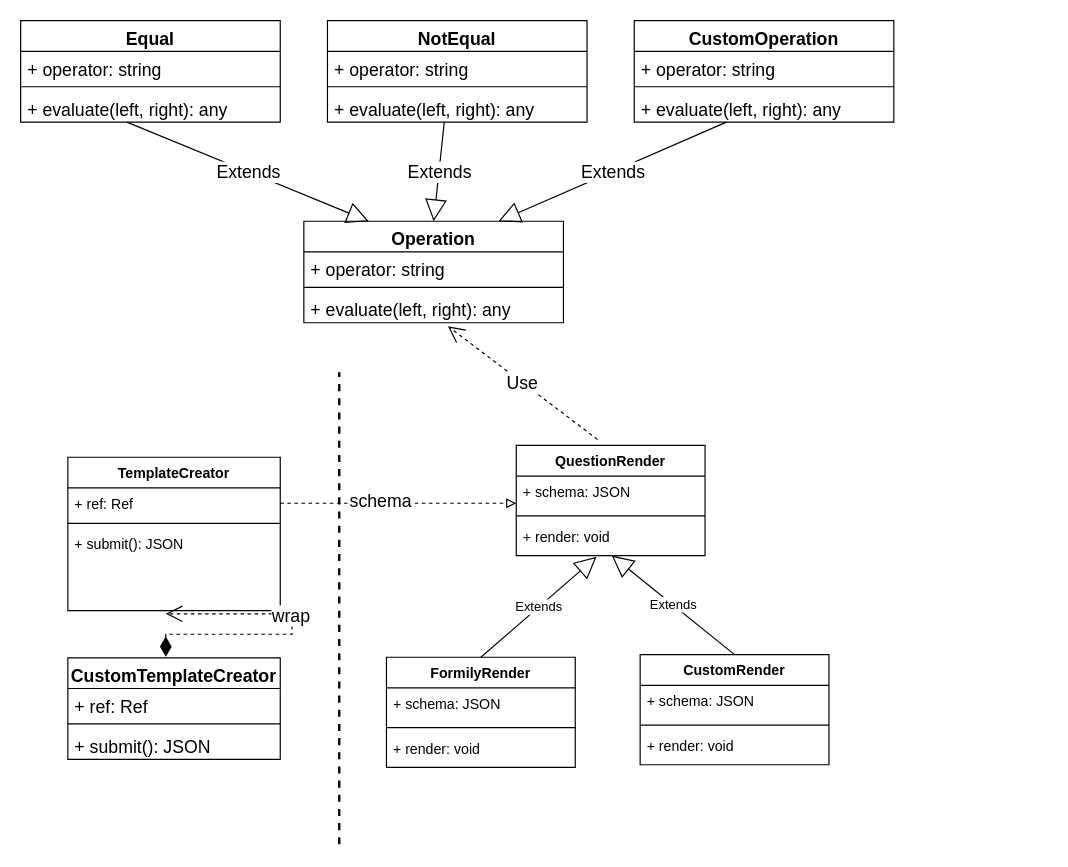
Earlier version of the draw.io diagram Questionnaire.drawio (shuangquanhuang/drawio). Source tidied: cells renumbered, new cells numbered last; positions are measured from the earlier drawing's top-left corner, leaving out a move shared by most shapes. Both pictures are drawn from the tidied source at 118%, with x=0, y=0 at pixel (20, 20).
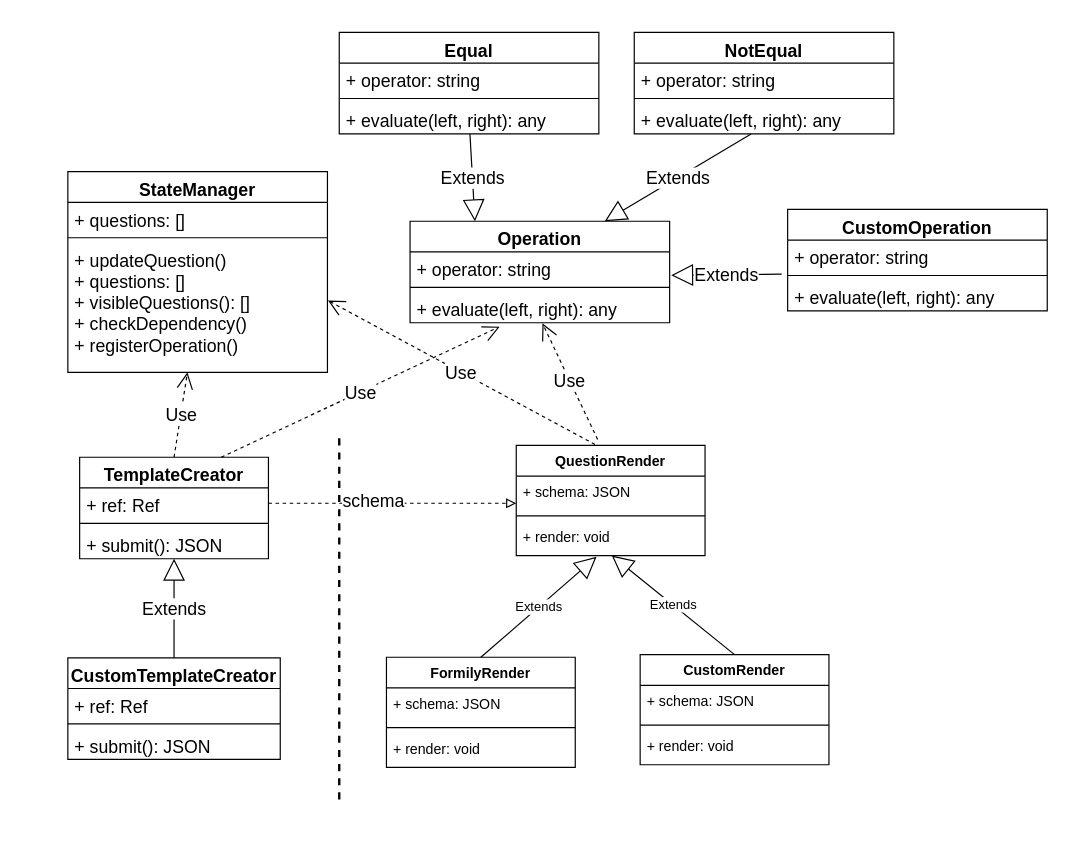
The same page after the edit.

The change refers to these unchanged cells:
```xml
<mxCell id="8" value="QuestionRender" style="swimlane;fontStyle=1;align=center;verticalAlign=top;horizontal=1;startSize=26;" parent="7" vertex="1">
  <mxGeometry x="110" width="160" height="93.3" as="geometry" />
</mxCell>
<mxCell id="24" value="CustomTemplateCreator" style="swimlane;fontStyle=1;align=center;verticalAlign=top;horizontal=1;startSize=26;fontSize=15;" parent="1" vertex="1">
  <mxGeometry x="40" y="540" width="180" height="86" as="geometry" />
</mxCell>
<mxCell id="31" value="+ operator: string" style="text;strokeColor=none;fillColor=none;align=left;verticalAlign=top;spacingLeft=4;spacingRight=4;overflow=hidden;points=[[0,0.5],[1,0.5]];portConstraint=eastwest;fontSize=15;" parent="30" vertex="1">
  <mxGeometry y="26" width="220" height="26" as="geometry" />
</mxCell>
<mxCell id="33" value="+ evaluate(left, right): any" style="text;strokeColor=none;fillColor=none;align=left;verticalAlign=top;spacingLeft=4;spacingRight=4;overflow=hidden;points=[[0,0.5],[1,0.5]];portConstraint=eastwest;fontSize=15;" parent="30" vertex="1">
  <mxGeometry y="60" width="220" height="26" as="geometry" />
</mxCell>
<mxCell id="37" value="+ evaluate(left, right): any" style="text;strokeColor=none;fillColor=none;align=left;verticalAlign=top;spacingLeft=4;spacingRight=4;overflow=hidden;points=[[0,0.5],[1,0.5]];portConstraint=eastwest;fontSize=15;" parent="34" vertex="1">
  <mxGeometry y="60" width="220" height="26" as="geometry" />
</mxCell>
<mxCell id="41" value="+ evaluate(left, right): any" style="text;strokeColor=none;fillColor=none;align=left;verticalAlign=top;spacingLeft=4;spacingRight=4;overflow=hidden;points=[[0,0.5],[1,0.5]];portConstraint=eastwest;fontSize=15;" parent="38" vertex="1">
  <mxGeometry y="60" width="220" height="26" as="geometry" />
</mxCell>
<mxCell id="45" value="+ evaluate(left, right): any" style="text;strokeColor=none;fillColor=none;align=left;verticalAlign=top;spacingLeft=4;spacingRight=4;overflow=hidden;points=[[0,0.5],[1,0.5]];portConstraint=eastwest;fontSize=15;" parent="42" vertex="1">
  <mxGeometry y="60" width="220" height="26" as="geometry" />
</mxCell>
```

What changed in the source:
```diff
@@
     <mxCell id="2" style="endArrow=none;dashed=1;html=1;strokeWidth=2;rounded=0;" parent="1" edge="1">
       <mxGeometry relative="1" as="geometry">
-        <mxPoint x="270" y="698" as="sourcePoint" />
-        <mxPoint x="270" y="298" as="targetPoint" />
+        <mxPoint x="270" y="660" as="sourcePoint" />
+        <mxPoint x="270" y="350" as="targetPoint" />
       </mxGeometry>
     </mxCell>
-    <mxCell id="3" value="TemplateCreator" style="swimlane;fontStyle=1;align=center;verticalAlign=top;horizontal=1;startSize=26;" parent="1" vertex="1">
-      <mxGeometry x="40" y="370" width="180" height="130" as="geometry" />
-    </mxCell>
-    <mxCell id="4" value="+ ref: Ref" style="text;strokeColor=none;fillColor=none;align=left;verticalAlign=top;spacingLeft=4;spacingRight=4;overflow=hidden;points=[[0,0.5],[1,0.5]];portConstraint=eastwest;" parent="3" vertex="1">
-      <mxGeometry y="26" width="180" height="26" as="geometry" />
-    </mxCell>
-    <mxCell id="5" style="line;strokeWidth=1;fillColor=none;align=left;verticalAlign=middle;spacingTop=-1;spacingLeft=3;spacingRight=3;labelPosition=right;" parent="3" vertex="1">
-      <mxGeometry y="52" width="180" height="8" as="geometry" />
-    </mxCell>
-    <mxCell id="6" value="+ submit(): JSON" style="text;strokeColor=none;fillColor=none;align=left;verticalAlign=top;spacingLeft=4;spacingRight=4;overflow=hidden;points=[[0,0.5],[1,0.5]];portConstraint=eastwest;" parent="3" vertex="1">
-      <mxGeometry y="60" width="180" height="70" as="geometry" />
-    </mxCell>
@@
-    <mxCell id="28" style="endArrow=open;html=1;endSize=12;startArrow=diamondThin;startSize=14;startFill=1;edgeStyle=orthogonalEdgeStyle;align=left;verticalAlign=bottom;rounded=0;dashed=1;fontSize=15;exitX=0.461;exitY=-0.012;exitDx=0;exitDy=0;entryX=0.461;entryY=1.038;entryDx=0;entryDy=0;entryPerimeter=0;exitPerimeter=0;" parent="1" edge="1" source="24" target="6">
-      <mxGeometry x="-1" y="3" relative="1" as="geometry" />
-    </mxCell>
-    <mxCell id="29" value="wrap" style="edgeLabel;html=1;align=center;verticalAlign=middle;fontSize=15;" parent="28" vertex="1">
-      <mxGeometry x="0.16" y="1" relative="1" as="geometry" />
-    </mxCell>
     <mxCell id="30" value="Operation" style="swimlane;fontStyle=1;align=center;verticalAlign=top;horizontal=1;startSize=26;fontSize=15;" parent="1" vertex="1">
-      <mxGeometry x="240" y="170" width="220" height="86" as="geometry" />
+      <mxGeometry x="330" y="170" width="220" height="86" as="geometry" />
     </mxCell>
@@
     <mxCell id="34" value="Equal" style="swimlane;fontStyle=1;align=center;verticalAlign=top;horizontal=1;startSize=26;fontSize=15;" parent="1" vertex="1">
-      <mxGeometry width="220" height="86" as="geometry" />
+      <mxGeometry x="270" y="10" width="220" height="86" as="geometry" />
     </mxCell>
@@
     <mxCell id="38" value="NotEqual" style="swimlane;fontStyle=1;align=center;verticalAlign=top;horizontal=1;startSize=26;fontSize=15;" parent="1" vertex="1">
-      <mxGeometry x="260" width="220" height="86" as="geometry" />
+      <mxGeometry x="520" y="10" width="220" height="86" as="geometry" />
     </mxCell>
@@
     <mxCell id="42" value="CustomOperation" style="swimlane;fontStyle=1;align=center;verticalAlign=top;horizontal=1;startSize=26;fontSize=15;" parent="1" vertex="1">
-      <mxGeometry x="520" width="220" height="86" as="geometry" />
+      <mxGeometry x="650" y="160" width="220" height="86" as="geometry" />
     </mxCell>
@@
-    <mxCell id="46" value="Extends" style="endArrow=block;endSize=16;endFill=0;html=1;rounded=0;fontSize=15;entryX=0.25;entryY=0;entryDx=0;entryDy=0;" parent="1" edge="1" target="30">
-      <mxGeometry relative="1" as="geometry">
-        <mxPoint x="90" y="86" as="sourcePoint" />
-      </mxGeometry>
+    <mxCell id="46" value="Extends" style="endArrow=block;endSize=16;endFill=0;html=1;rounded=0;fontSize=15;entryX=0.25;entryY=0;entryDx=0;entryDy=0;" parent="1" edge="1" source="37" target="30">
+      <mxGeometry relative="1" as="geometry" />
     </mxCell>
-    <mxCell id="47" value="Extends" style="endArrow=block;endSize=16;endFill=0;html=1;rounded=0;fontSize=15;exitX=0.45;exitY=1;exitDx=0;exitDy=0;exitPerimeter=0;entryX=0.5;entryY=0;entryDx=0;entryDy=0;" parent="1" edge="1" source="41" target="30">
+    <mxCell id="47" value="Extends" style="endArrow=block;endSize=16;endFill=0;html=1;rounded=0;fontSize=15;exitX=0.45;exitY=1;exitDx=0;exitDy=0;exitPerimeter=0;entryX=0.75;entryY=0;entryDx=0;entryDy=0;" parent="1" edge="1" source="41" target="30">
       <mxGeometry relative="1" as="geometry" />
     </mxCell>
-    <mxCell id="48" value="Extends" style="endArrow=block;endSize=16;endFill=0;html=1;rounded=0;fontSize=15;exitX=0.355;exitY=1;exitDx=0;exitDy=0;exitPerimeter=0;entryX=0.75;entryY=0;entryDx=0;entryDy=0;" parent="1" edge="1" source="45" target="30">
+    <mxCell id="48" value="Extends" style="endArrow=block;endSize=16;endFill=0;html=1;rounded=0;fontSize=15;exitX=-0.023;exitY=-0.199;exitDx=0;exitDy=0;exitPerimeter=0;entryX=1.006;entryY=0.759;entryDx=0;entryDy=0;entryPerimeter=0;" parent="1" edge="1" source="45" target="31">
       <mxGeometry relative="1" as="geometry" />
     </mxCell>
-    <mxCell id="49" value="Use" style="endArrow=open;endSize=12;dashed=1;html=1;rounded=0;fontSize=15;entryX=0.555;entryY=1.115;entryDx=0;entryDy=0;entryPerimeter=0;exitX=0.431;exitY=-0.054;exitDx=0;exitDy=0;exitPerimeter=0;" parent="1" edge="1" source="8" target="33">
+    <mxCell id="49" value="Use" style="endArrow=open;endSize=12;dashed=1;html=1;rounded=0;fontSize=15;entryX=0.51;entryY=1.017;entryDx=0;entryDy=0;entryPerimeter=0;exitX=0.431;exitY=-0.054;exitDx=0;exitDy=0;exitPerimeter=0;" parent="1" edge="1" source="8" target="33">
       <mxGeometry relative="1" as="geometry" />
     </mxCell>
+    <mxCell id="3" value="TemplateCreator" style="swimlane;fontStyle=1;align=center;verticalAlign=top;horizontal=1;startSize=26;fontSize=15;" parent="1" vertex="1">
+      <mxGeometry x="50" y="370" width="160" height="86" as="geometry" />
+    </mxCell>
+    <mxCell id="4" value="+ ref: Ref" style="text;strokeColor=none;fillColor=none;align=left;verticalAlign=top;spacingLeft=4;spacingRight=4;overflow=hidden;points=[[0,0.5],[1,0.5]];portConstraint=eastwest;fontSize=15;" parent="3" vertex="1">
+      <mxGeometry y="26" width="160" height="26" as="geometry" />
+    </mxCell>
+    <mxCell id="50" style="line;strokeWidth=1;fillColor=none;align=left;verticalAlign=middle;spacingTop=-1;spacingLeft=3;spacingRight=3;labelPosition=right;fontSize=15;" parent="3" vertex="1">
+      <mxGeometry y="52" width="160" height="8" as="geometry" />
+    </mxCell>
+    <mxCell id="6" value="+ submit(): JSON" style="text;strokeColor=none;fillColor=none;align=left;verticalAlign=top;spacingLeft=4;spacingRight=4;overflow=hidden;points=[[0,0.5],[1,0.5]];portConstraint=eastwest;fontSize=15;" parent="3" vertex="1">
+      <mxGeometry y="60" width="160" height="26" as="geometry" />
+    </mxCell>
+    <mxCell id="28" value="Extends" style="endArrow=block;endSize=16;endFill=0;html=1;rounded=0;fontSize=15;exitX=0.5;exitY=0;exitDx=0;exitDy=0;" parent="1" edge="1" source="24" target="6">
+      <mxGeometry relative="1" as="geometry" />
+    </mxCell>
+    <mxCell id="51" value="StateManager" style="swimlane;fontStyle=1;align=center;verticalAlign=top;horizontal=1;startSize=26;fontSize=15;" parent="1" vertex="1">
+      <mxGeometry x="40" y="128" width="220" height="170" as="geometry" />
+    </mxCell>
+    <mxCell id="52" value="+ questions: []" style="text;strokeColor=none;fillColor=none;align=left;verticalAlign=top;spacingLeft=4;spacingRight=4;overflow=hidden;fontSize=15;" parent="51" vertex="1">
+      <mxGeometry y="26" width="220" height="26" as="geometry" />
+    </mxCell>
+    <mxCell id="53" style="line;strokeWidth=1;fillColor=none;align=left;verticalAlign=middle;spacingTop=-1;spacingLeft=3;spacingRight=3;labelPosition=right;fontSize=15;" parent="51" vertex="1">
+      <mxGeometry y="52" width="220" height="8" as="geometry" />
+    </mxCell>
+    <mxCell id="54" value="+ updateQuestion()&#10;+ questions: []&#10;+ visibleQuestions(): []&#10;+ checkDependency()&#10;+ registerOperation()" style="text;strokeColor=none;fillColor=none;align=left;verticalAlign=top;spacingLeft=4;spacingRight=4;overflow=hidden;points=[[0,0.5],[1,0.5]];portConstraint=eastwest;fontSize=15;" parent="51" vertex="1">
+      <mxGeometry y="60" width="220" height="110" as="geometry" />
+    </mxCell>
+    <mxCell id="55" value="Use" style="endArrow=open;endSize=12;dashed=1;html=1;rounded=0;fontSize=15;entryX=1.002;entryY=0.447;entryDx=0;entryDy=0;entryPerimeter=0;exitX=0.417;exitY=-0.009;exitDx=0;exitDy=0;exitPerimeter=0;" parent="1" edge="1" source="8" target="54">
+      <mxGeometry relative="1" as="geometry" />
+    </mxCell>
+    <mxCell id="56" value="Use" style="endArrow=open;endSize=12;dashed=1;html=1;rounded=0;fontSize=15;exitX=0.5;exitY=0;exitDx=0;exitDy=0;" parent="1" edge="1" source="3" target="54">
+      <mxGeometry relative="1" as="geometry" />
+    </mxCell>
+    <mxCell id="57" value="Use" style="endArrow=open;endSize=12;dashed=1;html=1;rounded=0;fontSize=15;entryX=0.345;entryY=1.129;entryDx=0;entryDy=0;entryPerimeter=0;exitX=0.75;exitY=0;exitDx=0;exitDy=0;" parent="1" edge="1" source="3" target="33">
+      <mxGeometry relative="1" as="geometry" />
+    </mxCell>
```
